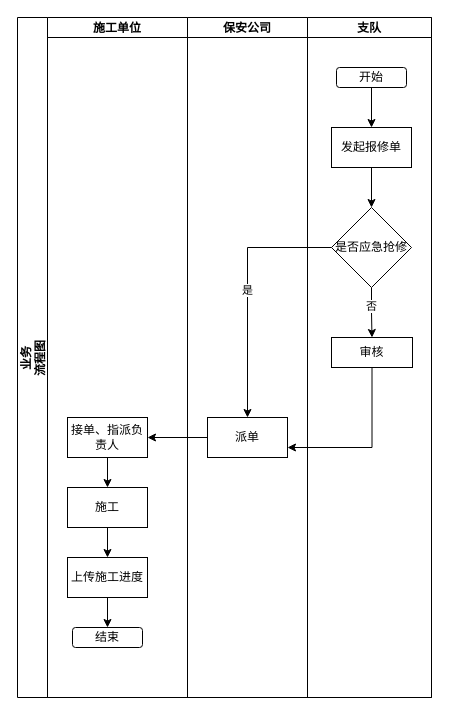
Above: 未命名绘图4444.drawio in huyongchao98/dapp (draw.io), before the change. Source tidied: cells renumbered, new cells numbered last; positions are measured from the earlier drawing's top-left corner, leaving out a move shared by most shapes. Both pictures are drawn from the tidied source at 100%, with x=0, y=0 at pixel (17, 17).
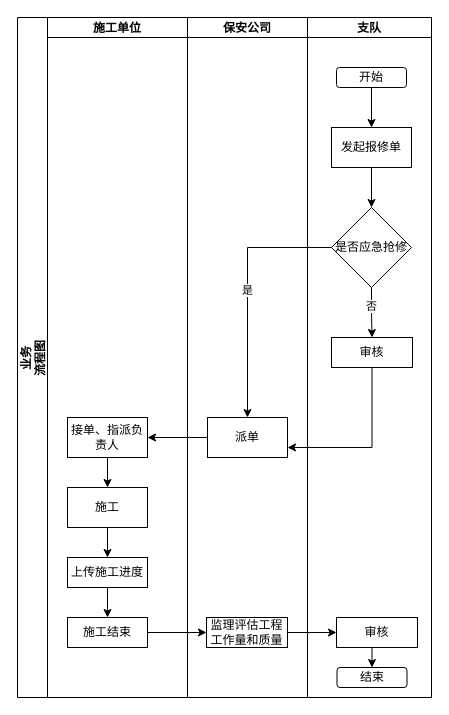
Above is the later version.

Commit message:
更新未命名绘图4444.drawio

Unchanged cells that the change refers to:
```xml
<mxCell id="2" value="业务&#10;流程图" style="swimlane;startSize=30;horizontal=0;" parent="1" vertex="1">
  <mxGeometry width="414" height="680" as="geometry" />
</mxCell>
<mxCell id="3" value="施工单位" style="swimlane;startSize=20;" parent="2" vertex="1">
  <mxGeometry x="30" width="140" height="680" as="geometry" />
</mxCell>
<mxCell id="12" value="保安公司" style="swimlane;startSize=20;" parent="2" vertex="1">
  <mxGeometry x="170" width="120" height="680" as="geometry" />
</mxCell>
<mxCell id="14" value="支队" style="swimlane;startSize=20;" parent="2" vertex="1">
  <mxGeometry x="290" width="124" height="680" as="geometry" />
</mxCell>
```

Change to the diagram source:
```diff
@@
-    <mxCell id="8" style="edgeStyle=orthogonalEdgeStyle;rounded=0;jettySize=auto;html=1;exitX=0.5;exitY=1;exitDx=0;exitDy=0;entryX=0.5;entryY=0;entryDx=0;entryDy=0;" parent="3" edge="1" source="9" target="10">
-      <mxGeometry relative="1" as="geometry" />
-    </mxCell>
+    <mxCell id="25" style="edgeStyle=orthogonalEdgeStyle;rounded=0;jettySize=auto;html=1;" parent="3" edge="1" source="9" target="26">
+      <mxGeometry relative="1" as="geometry" />
+    </mxCell>
     <mxCell id="9" value="上传施工进度" style="rounded=0;whiteSpace=wrap;html=1;" parent="3" vertex="1">
-      <mxGeometry x="20" y="540" width="80" height="40" as="geometry" />
+      <mxGeometry x="20" y="540" width="80" height="30" as="geometry" />
     </mxCell>
-    <mxCell id="10" value="结束" style="rounded=1;whiteSpace=wrap;html=1;" parent="3" vertex="1">
-      <mxGeometry x="25" y="610" width="70" height="20" as="geometry" />
-    </mxCell>
+    <mxCell id="26" value="施工结束" style="rounded=0;whiteSpace=wrap;html=1;" parent="3" vertex="1">
+      <mxGeometry x="20" y="600" width="80" height="30" as="geometry" />
+    </mxCell>
@@
+    <mxCell id="27" value="监理评估工程工作量和质量" style="rounded=0;whiteSpace=wrap;html=1;" parent="12" vertex="1">
+      <mxGeometry x="19" y="600" width="81" height="30" as="geometry" />
+    </mxCell>
@@
+    <mxCell id="10" value="结束" style="rounded=1;whiteSpace=wrap;html=1;" parent="14" vertex="1">
+      <mxGeometry x="29.5" y="650" width="70" height="20" as="geometry" />
+    </mxCell>
+    <mxCell id="28" style="edgeStyle=orthogonalEdgeStyle;rounded=0;jettySize=auto;html=1;exitX=0.5;exitY=1;exitDx=0;exitDy=0;entryX=0.5;entryY=0;entryDx=0;entryDy=0;" parent="14" edge="1" source="29" target="10">
+      <mxGeometry relative="1" as="geometry" />
+    </mxCell>
+    <mxCell id="29" value="审核" style="rounded=0;whiteSpace=wrap;html=1;" parent="14" vertex="1">
+      <mxGeometry x="29" y="600" width="81" height="30" as="geometry" />
+    </mxCell>
@@
+    <mxCell id="30" style="edgeStyle=orthogonalEdgeStyle;rounded=0;jettySize=auto;html=1;" parent="2" edge="1" source="26" target="27">
+      <mxGeometry relative="1" as="geometry" />
+    </mxCell>
+    <mxCell id="31" style="edgeStyle=orthogonalEdgeStyle;rounded=0;jettySize=auto;html=1;entryX=0;entryY=0.5;entryDx=0;entryDy=0;" parent="2" edge="1" source="27" target="29">
+      <mxGeometry relative="1" as="geometry" />
+    </mxCell>
```
